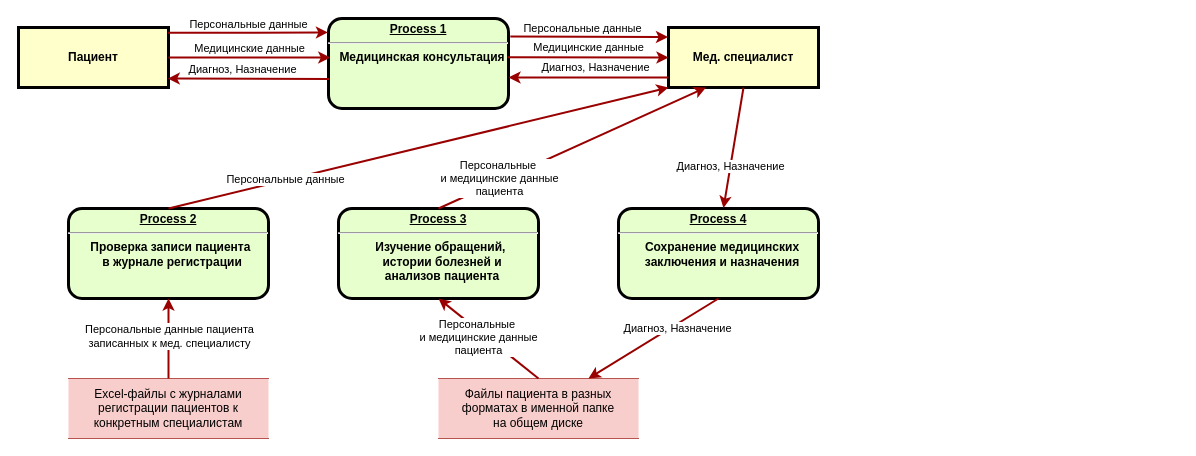
The draw.io diagram Task1/1.4.Приём-у-мед-специалиста.drawio in maxoness/architecture-medikamente, before the edit. Source tidied: cells renumbered, new cells numbered last; positions are measured from the earlier drawing's top-left corner, leaving out a move shared by most shapes. Both pictures are drawn from the tidied source at 100%, with x=0, y=0 at pixel (18, 18).
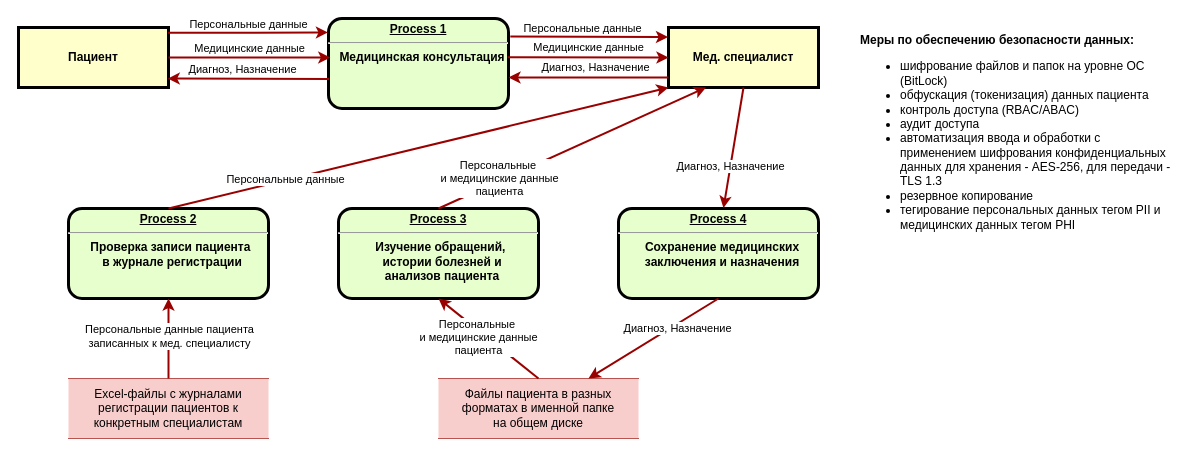
The same page after the edit.

Diff of the diagram source:
```diff
@@
+    <mxCell id="34" value="&lt;b&gt;Меры по обеспечению безопасности данных:&lt;/b&gt;&lt;div&gt;&lt;ul&gt;&lt;li&gt;шифрование файлов и папок на уровне ОС (BitLock)&lt;/li&gt;&lt;li&gt;обфускация (токенизация) данных пациента&lt;/li&gt;&lt;li&gt;контроль доступа (RBAC/ABAC)&lt;/li&gt;&lt;li&gt;аудит доступа&amp;nbsp;&lt;/li&gt;&lt;li&gt;автоматизация ввода и обработки с применением шифрования конфиденциальных данных для хранения&amp;nbsp;- AES-256, для передачи - TLS 1.3&lt;/li&gt;&lt;li&gt;резервное копирование&lt;/li&gt;&lt;li&gt;тегирование персональных данных тегом PII и медицинских данных тегом PHI&lt;/li&gt;&lt;/ul&gt;&lt;/div&gt;" style="text;html=1;align=left;verticalAlign=middle;whiteSpace=wrap;rounded=0;labelBackgroundColor=default;" parent="1" vertex="1">
+      <mxGeometry x="840" width="320" height="240" as="geometry" />
+    </mxCell>
```
